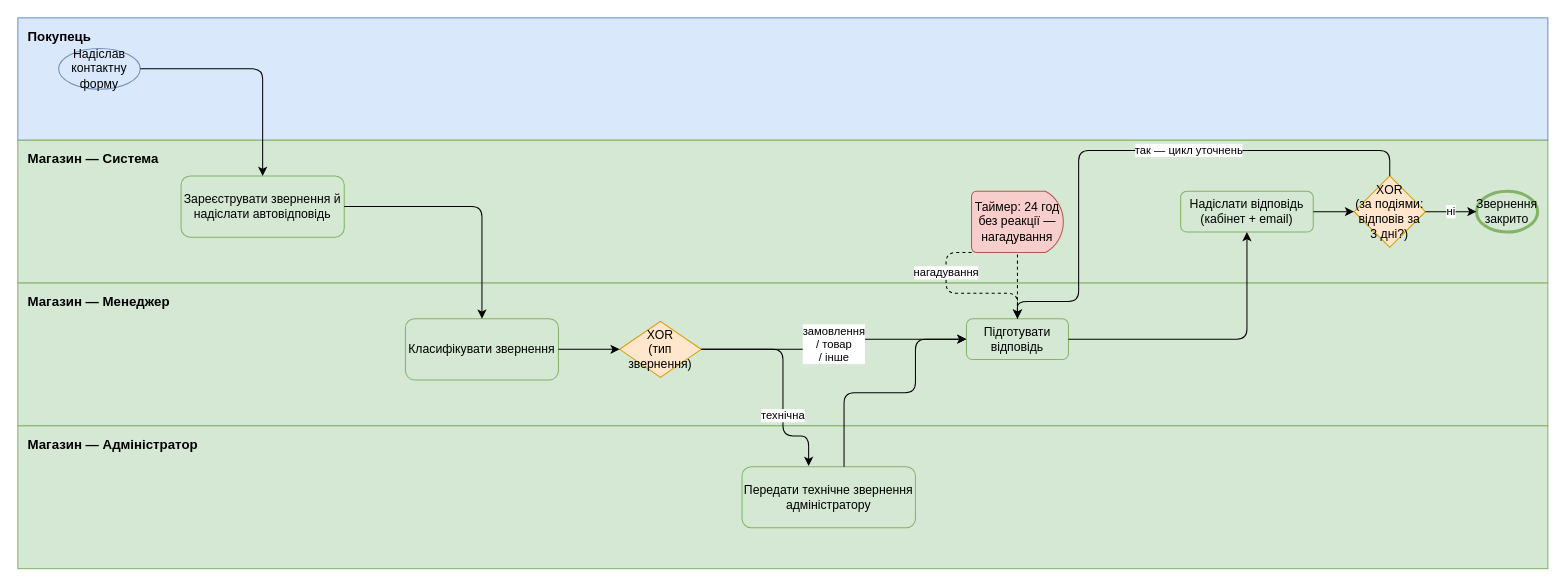
oleksandragorbonos-maker/tzap keeps this draw.io diagram as docs/sprint1/bpmn/03_contact-request.drawio. Above is the earlier version. Source tidied: cells renumbered, new cells numbered last; positions are measured from the earlier drawing's top-left corner, leaving out a move shared by most shapes. Both pictures are drawn from the tidied source at 102%, with x=0, y=0 at pixel (17, 17).
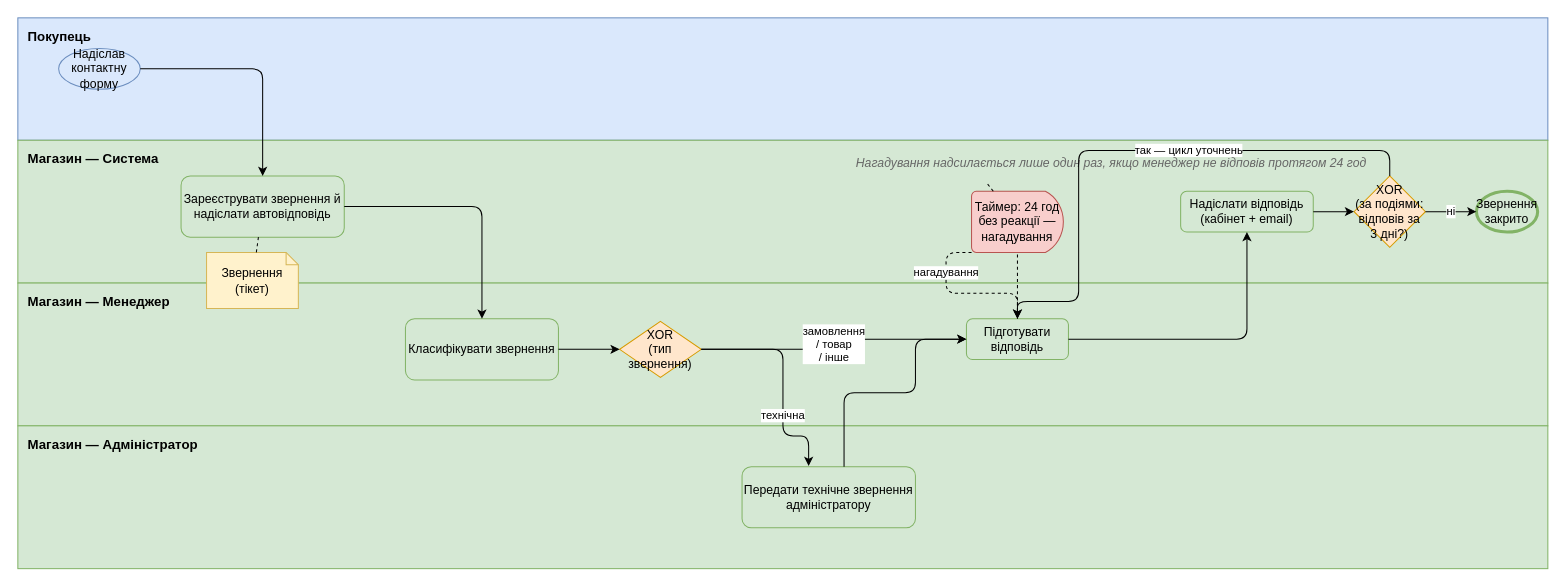
The same diagram, later.

Unchanged cells that the change refers to:
```xml
<mxCell id="7" value="Зареєструвати звернення й надіслати автовідповідь" style="rounded=1;whiteSpace=wrap;html=1;fillColor=#d5e8d4;strokeColor=#82b366;" parent="1" vertex="1">
  <mxGeometry x="160" y="155" width="160" height="60" as="geometry" />
</mxCell>
<mxCell id="12" value="Таймер: 24 год без реакції — нагадування" style="shape=mxgraph.flowchart.delay;whiteSpace=wrap;html=1;fillColor=#f8cecc;strokeColor=#b85450;" parent="1" vertex="1">
  <mxGeometry x="935" y="170" width="90" height="60" as="geometry" />
</mxCell>
```

What changed in the source:
```diff
@@
+    <mxCell id="28" value="Звернення (тікет)" style="shape=note;whiteSpace=wrap;html=1;size=12;fillColor=#fff2cc;strokeColor=#d6b656;" parent="1" vertex="1">
+      <mxGeometry x="185" y="230" width="90" height="55" as="geometry" />
+    </mxCell>
+    <mxCell id="29" value="Нагадування надсилається лише один раз, якщо менеджер не відповів протягом 24 год" style="text;html=1;align=left;verticalAlign=middle;fontStyle=2;fontColor=#666666;" parent="1" vertex="1">
+      <mxGeometry x="820" y="123" width="230" height="40" as="geometry" />
+    </mxCell>
@@
+    <mxCell id="30" style="dashed=1;endArrow=none;html=1;" parent="1" edge="1" source="7" target="28">
+      <mxGeometry relative="1" as="geometry" />
+    </mxCell>
+    <mxCell id="31" style="dashed=1;endArrow=none;html=1;" parent="1" edge="1" source="29" target="12">
+      <mxGeometry relative="1" as="geometry" />
+    </mxCell>
```
